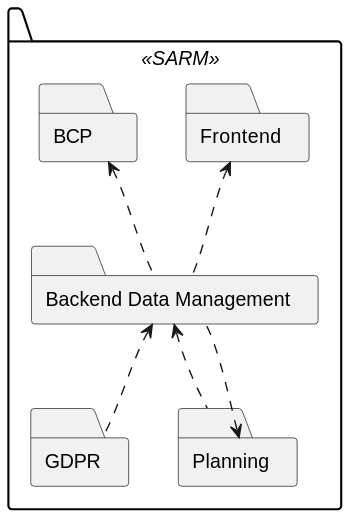
The PlantUML diagram docs/views/level2/implementation-view.svg in 1220846/sem5pi-24-25-3ddg20, before a commit.
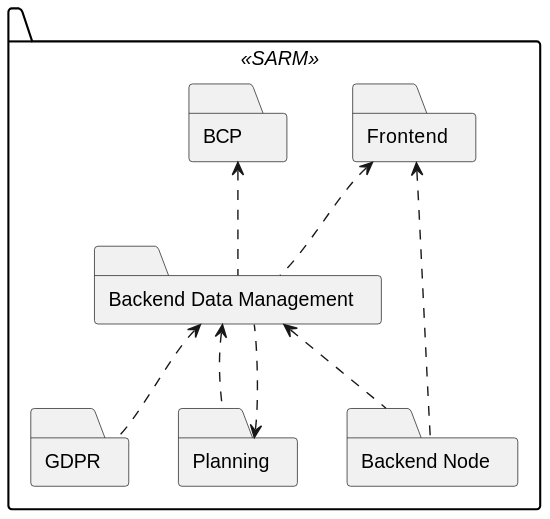
Later version of the same file.

What changed in the source:
```diff
@@ -21,9 +21,15 @@
     folder  "Planning" as Planning {
 
     }
+
+    folder  "Backend Node" as BackendNode {
+
+    }
 }
 
 Frontend <.. Backend
+Frontend <.. BackendNode
+Backend <.. BackendNode
 Backend <.. Planning
 Planning <.. Backend
 BCP <.. Backend
```
